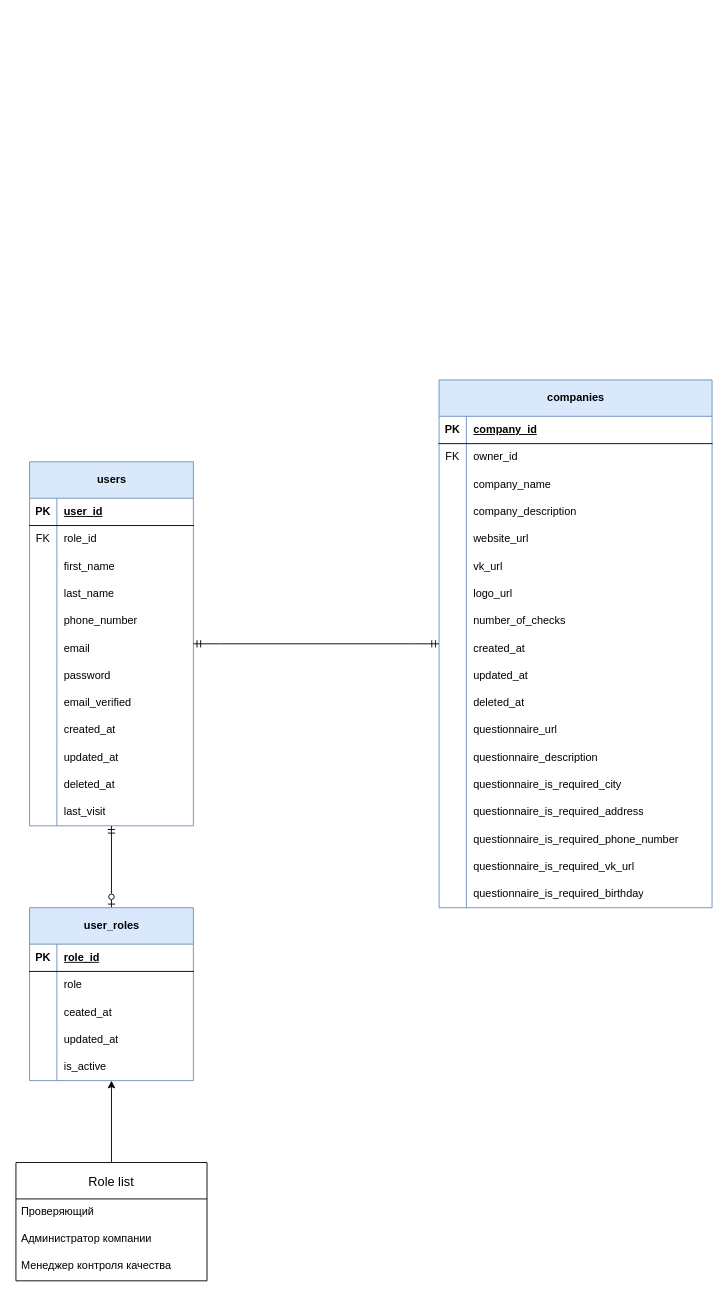
Earlier version of the draw.io diagram db-schema.drawio (kuznetsovsky/stealth-check-api). Source tidied: cells renumbered, new cells numbered last; positions are measured from the earlier drawing's top-left corner, leaving out a move shared by most shapes. Both pictures are drawn from the tidied source at 91%, with x=0, y=0 at pixel (15, 379).
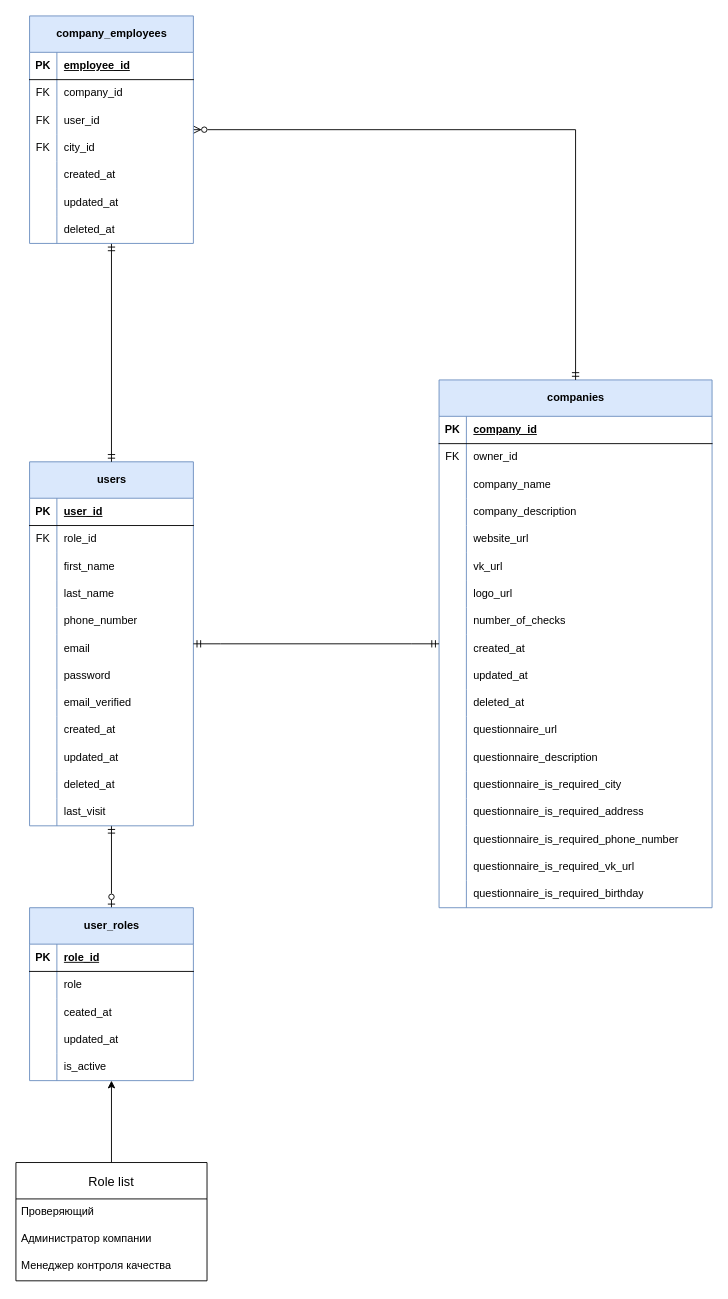
After the change.

Commit message:
chore: create company employees table schema

Unchanged cells that the change refers to:
```xml
<mxCell id="3" value="users" style="shape=table;startSize=40;childLayout=tableLayout;rowLines=0;fontStyle=1;align=center;html=1;fillColor=#dae8fc;strokeColor=#6c8ebf;" parent="1" vertex="1">
  <mxGeometry x="15" y="90" width="180" height="400" as="geometry" />
</mxCell>
<mxCell id="61" value="companies" style="shape=table;startSize=40;childLayout=tableLayout;rowLines=0;fontStyle=1;align=center;html=1;fillColor=#dae8fc;strokeColor=#6c8ebf;" parent="1" vertex="1">
  <mxGeometry x="465" width="300" height="580" as="geometry" />
</mxCell>
```

Change to the diagram source:
```diff
@@
+    <mxCell id="117" style="edgeStyle=orthogonalEdgeStyle;rounded=0;jettySize=auto;html=1;endArrow=ERmandOne;endFill=0;startArrow=ERmandOne;startFill=0;" parent="1" edge="1" source="119" target="3">
+      <mxGeometry relative="1" as="geometry" />
+    </mxCell>
+    <mxCell id="118" style="edgeStyle=orthogonalEdgeStyle;rounded=0;jettySize=auto;html=1;startArrow=ERzeroToMany;startFill=0;endArrow=ERmandOne;endFill=0;" parent="1" edge="1" source="119" target="61">
+      <mxGeometry relative="1" as="geometry" />
+    </mxCell>
+    <mxCell id="119" value="company_employees" style="shape=table;startSize=40;childLayout=tableLayout;rowLines=0;fontStyle=1;align=center;html=1;fillColor=#dae8fc;strokeColor=#6c8ebf;" parent="1" vertex="1">
+      <mxGeometry x="15" y="-400" width="180" height="250" as="geometry" />
+    </mxCell>
+    <mxCell id="120" style="shape=tableRow;horizontal=0;startSize=0;swimlaneHead=0;swimlaneBody=0;fillColor=none;top=0;left=0;right=0;bottom=1;" parent="119" vertex="1">
+      <mxGeometry y="40" width="180" height="30" as="geometry" />
+    </mxCell>
+    <mxCell id="121" value="PK" style="shape=partialRectangle;fillColor=none;top=0;left=0;bottom=0;right=0;fontStyle=1;overflow=hidden;whiteSpace=wrap;html=1;" parent="120" vertex="1">
+      <mxGeometry width="30" height="30" as="geometry" />
+    </mxCell>
+    <mxCell id="122" value="employee_id" style="shape=partialRectangle;fillColor=none;top=0;left=0;bottom=0;right=0;align=left;spacingLeft=6;fontStyle=5;overflow=hidden;whiteSpace=wrap;html=1;" parent="120" vertex="1">
+      <mxGeometry x="30" width="150" height="30" as="geometry" />
+    </mxCell>
+    <mxCell id="123" style="shape=tableRow;horizontal=0;startSize=0;swimlaneHead=0;swimlaneBody=0;fillColor=none;top=0;left=0;right=0;bottom=0;" parent="119" vertex="1">
+      <mxGeometry y="70" width="180" height="30" as="geometry" />
+    </mxCell>
+    <mxCell id="124" value="FK" style="shape=partialRectangle;fillColor=none;top=0;left=0;bottom=0;right=0;overflow=hidden;whiteSpace=wrap;html=1;" parent="123" vertex="1">
+      <mxGeometry width="30" height="30" as="geometry" />
+    </mxCell>
+    <mxCell id="125" value="company_id" style="shape=partialRectangle;fillColor=none;top=0;left=0;bottom=0;right=0;align=left;spacingLeft=6;overflow=hidden;whiteSpace=wrap;html=1;" parent="123" vertex="1">
+      <mxGeometry x="30" width="150" height="30" as="geometry" />
+    </mxCell>
+    <mxCell id="126" style="shape=tableRow;horizontal=0;startSize=0;swimlaneHead=0;swimlaneBody=0;fillColor=none;top=0;left=0;right=0;bottom=0;" parent="119" vertex="1">
+      <mxGeometry y="100" width="180" height="30" as="geometry" />
+    </mxCell>
+    <mxCell id="127" value="FK" style="shape=partialRectangle;fillColor=none;top=0;left=0;bottom=0;right=0;overflow=hidden;whiteSpace=wrap;html=1;" parent="126" vertex="1">
+      <mxGeometry width="30" height="30" as="geometry" />
+    </mxCell>
+    <mxCell id="128" value="user_id" style="shape=partialRectangle;fillColor=none;top=0;left=0;bottom=0;right=0;align=left;spacingLeft=6;overflow=hidden;whiteSpace=wrap;html=1;" parent="126" vertex="1">
+      <mxGeometry x="30" width="150" height="30" as="geometry" />
+    </mxCell>
+    <mxCell id="129" style="shape=tableRow;horizontal=0;startSize=0;swimlaneHead=0;swimlaneBody=0;fillColor=none;top=0;left=0;right=0;bottom=0;" parent="119" vertex="1">
+      <mxGeometry y="130" width="180" height="30" as="geometry" />
+    </mxCell>
+    <mxCell id="130" value="FK" style="shape=partialRectangle;fillColor=none;top=0;left=0;bottom=0;right=0;overflow=hidden;whiteSpace=wrap;html=1;" parent="129" vertex="1">
+      <mxGeometry width="30" height="30" as="geometry" />
+    </mxCell>
+    <mxCell id="131" value="city_id" style="shape=partialRectangle;fillColor=none;top=0;left=0;bottom=0;right=0;align=left;spacingLeft=6;overflow=hidden;whiteSpace=wrap;html=1;" parent="129" vertex="1">
+      <mxGeometry x="30" width="150" height="30" as="geometry" />
+    </mxCell>
+    <mxCell id="132" style="shape=tableRow;horizontal=0;startSize=0;swimlaneHead=0;swimlaneBody=0;fillColor=none;top=0;left=0;right=0;bottom=0;" parent="119" vertex="1">
+      <mxGeometry y="160" width="180" height="30" as="geometry" />
+    </mxCell>
+    <mxCell id="133" style="shape=partialRectangle;fillColor=none;top=0;left=0;bottom=0;right=0;overflow=hidden;whiteSpace=wrap;html=1;" parent="132" vertex="1">
+      <mxGeometry width="30" height="30" as="geometry" />
+    </mxCell>
+    <mxCell id="134" value="created_at" style="shape=partialRectangle;fillColor=none;top=0;left=0;bottom=0;right=0;align=left;spacingLeft=6;overflow=hidden;whiteSpace=wrap;html=1;" parent="132" vertex="1">
+      <mxGeometry x="30" width="150" height="30" as="geometry" />
+    </mxCell>
+    <mxCell id="135" style="shape=tableRow;horizontal=0;startSize=0;swimlaneHead=0;swimlaneBody=0;fillColor=none;top=0;left=0;right=0;bottom=0;" parent="119" vertex="1">
+      <mxGeometry y="190" width="180" height="30" as="geometry" />
+    </mxCell>
+    <mxCell id="136" style="shape=partialRectangle;fillColor=none;top=0;left=0;bottom=0;right=0;overflow=hidden;whiteSpace=wrap;html=1;" parent="135" vertex="1">
+      <mxGeometry width="30" height="30" as="geometry" />
+    </mxCell>
+    <mxCell id="137" value="updated_at" style="shape=partialRectangle;fillColor=none;top=0;left=0;bottom=0;right=0;align=left;spacingLeft=6;overflow=hidden;whiteSpace=wrap;html=1;" parent="135" vertex="1">
+      <mxGeometry x="30" width="150" height="30" as="geometry" />
+    </mxCell>
+    <mxCell id="138" style="shape=tableRow;horizontal=0;startSize=0;swimlaneHead=0;swimlaneBody=0;fillColor=none;top=0;left=0;right=0;bottom=0;" parent="119" vertex="1">
+      <mxGeometry y="220" width="180" height="30" as="geometry" />
+    </mxCell>
+    <mxCell id="139" style="shape=partialRectangle;fillColor=none;top=0;left=0;bottom=0;right=0;overflow=hidden;whiteSpace=wrap;html=1;" parent="138" vertex="1">
+      <mxGeometry width="30" height="30" as="geometry" />
+    </mxCell>
+    <mxCell id="140" value="deleted_at" style="shape=partialRectangle;fillColor=none;top=0;left=0;bottom=0;right=0;align=left;spacingLeft=6;overflow=hidden;whiteSpace=wrap;html=1;" parent="138" vertex="1">
+      <mxGeometry x="30" width="150" height="30" as="geometry" />
+    </mxCell>
```
